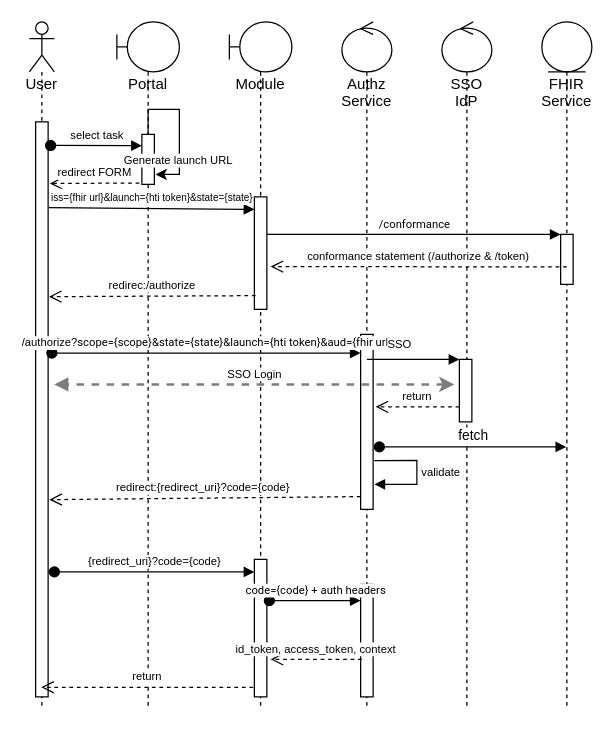
The draw.io diagram topics/SMART on FHIR app launch and HTI.drawio in Koppeltaal/Koppeltaal-2.0-Specificaties-en-Architectuur, before the edit. Source tidied: cells renumbered, new cells numbered last; positions are measured from the earlier drawing's top-left corner, leaving out a move shared by most shapes. Both pictures are drawn from the tidied source at 125%, with x=0, y=0 at pixel (29, 21).
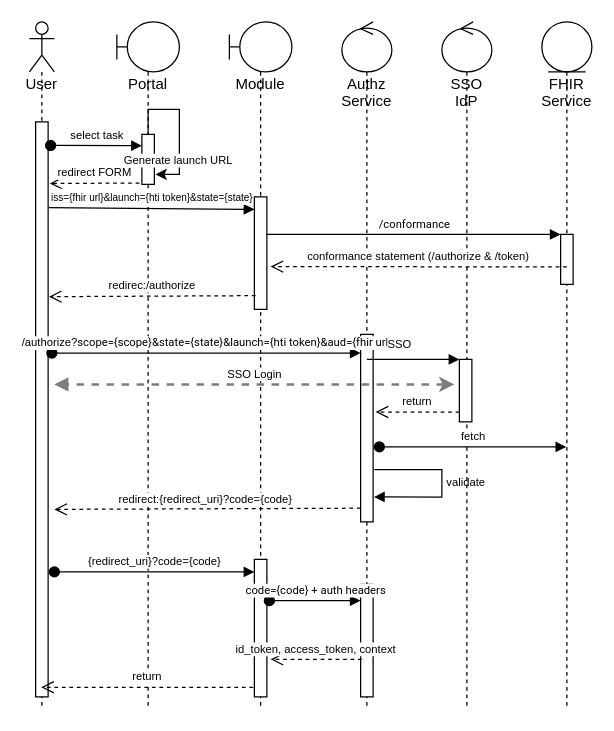
The same diagram, later.

Unchanged cells that the change refers to:
```xml
<mxCell id="3" style="html=1;points=[];perimeter=orthogonalPerimeter;" parent="2" vertex="1">
  <mxGeometry x="5" y="80" width="10" height="460" as="geometry" />
</mxCell>
<mxCell id="11" value="Authz Service" style="shape=umlLifeline;participant=umlControl;perimeter=lifelinePerimeter;whiteSpace=wrap;html=1;verticalAlign=top;spacingTop=36;" parent="1" vertex="1">
  <mxGeometry x="250" width="40" height="550" as="geometry" />
</mxCell>
<mxCell id="17" value="FHIR Service" style="shape=umlLifeline;participant=umlEntity;perimeter=lifelinePerimeter;whiteSpace=wrap;html=1;verticalAlign=top;spacingTop=36;outlineConnect=0;" parent="1" vertex="1">
  <mxGeometry x="410" width="40" height="550" as="geometry" />
</mxCell>
```

Change to the diagram source:
```diff
@@
     <mxCell id="12" style="html=1;points=[];perimeter=orthogonalPerimeter;fontSize=9;" parent="11" vertex="1">
-      <mxGeometry x="15" y="250" width="10" height="140" as="geometry" />
+      <mxGeometry x="15" y="250" width="10" height="150" as="geometry" />
     </mxCell>
@@
-    <mxCell id="14" value="validate" style="edgeStyle=orthogonalEdgeStyle;html=1;align=left;spacingLeft=2;endArrow=block;rounded=0;entryX=1.1;entryY=0.857;fontSize=9;strokeColor=#030303;strokeWidth=1;entryDx=0;entryDy=0;entryPerimeter=0;exitX=1.1;exitY=0.721;exitDx=0;exitDy=0;exitPerimeter=0;" parent="11" edge="1" source="12" target="12">
+    <mxCell id="14" value="validate" style="edgeStyle=orthogonalEdgeStyle;html=1;align=left;spacingLeft=2;endArrow=block;rounded=0;fontSize=9;strokeColor=#030303;strokeWidth=1;exitX=1.1;exitY=0.721;exitDx=0;exitDy=0;exitPerimeter=0;entryX=1.067;entryY=0.867;entryDx=0;entryDy=0;entryPerimeter=0;" parent="11" edge="1" source="12" target="12">
       <mxGeometry relative="1" as="geometry">
         <Array as="points">
-          <mxPoint x="60" y="351" />
-          <mxPoint x="60" y="370" />
+          <mxPoint x="80" y="358" />
+          <mxPoint x="80" y="380" />
         </Array>
       </mxGeometry>
     </mxCell>
@@
-    <mxCell id="29" value="redirect:{redirect_uri}?code={code}&amp;nbsp;" style="html=1;verticalAlign=bottom;endArrow=open;dashed=1;endSize=8;rounded=0;fontSize=9;strokeWidth=1;exitX=0;exitY=0.927;exitDx=0;exitDy=0;exitPerimeter=0;entryX=1.1;entryY=0.657;entryDx=0;entryDy=0;entryPerimeter=0;" parent="1" edge="1" source="12" target="3">
-      <mxGeometry relative="1" as="geometry" />
+    <mxCell id="29" value="redirect:{redirect_uri}?code={code}&amp;nbsp;" style="html=1;verticalAlign=bottom;endArrow=open;dashed=1;endSize=8;rounded=0;fontSize=9;strokeWidth=1;exitX=0;exitY=0.927;exitDx=0;exitDy=0;exitPerimeter=0;" parent="1" edge="1" source="12">
+      <mxGeometry relative="1" as="geometry">
+        <mxPoint x="20" y="390" as="targetPoint" />
+      </mxGeometry>
     </mxCell>
@@
-    <mxCell id="34" value="fetch" style="html=1;verticalAlign=bottom;startArrow=oval;startFill=1;endArrow=block;startSize=8;rounded=0;" parent="1" edge="1" target="17">
+    <mxCell id="34" value="fetch" style="html=1;verticalAlign=bottom;startArrow=oval;startFill=1;endArrow=block;startSize=8;rounded=0;fontSize=9;" parent="1" edge="1" target="17">
       <mxGeometry relative="1" as="geometry">
         <mxPoint x="280" y="340" as="sourcePoint" />
         <Array as="points">
-          <mxPoint x="320" y="340" />
+          <mxPoint x="400" y="340" />
         </Array>
       </mxGeometry>
     </mxCell>
```
